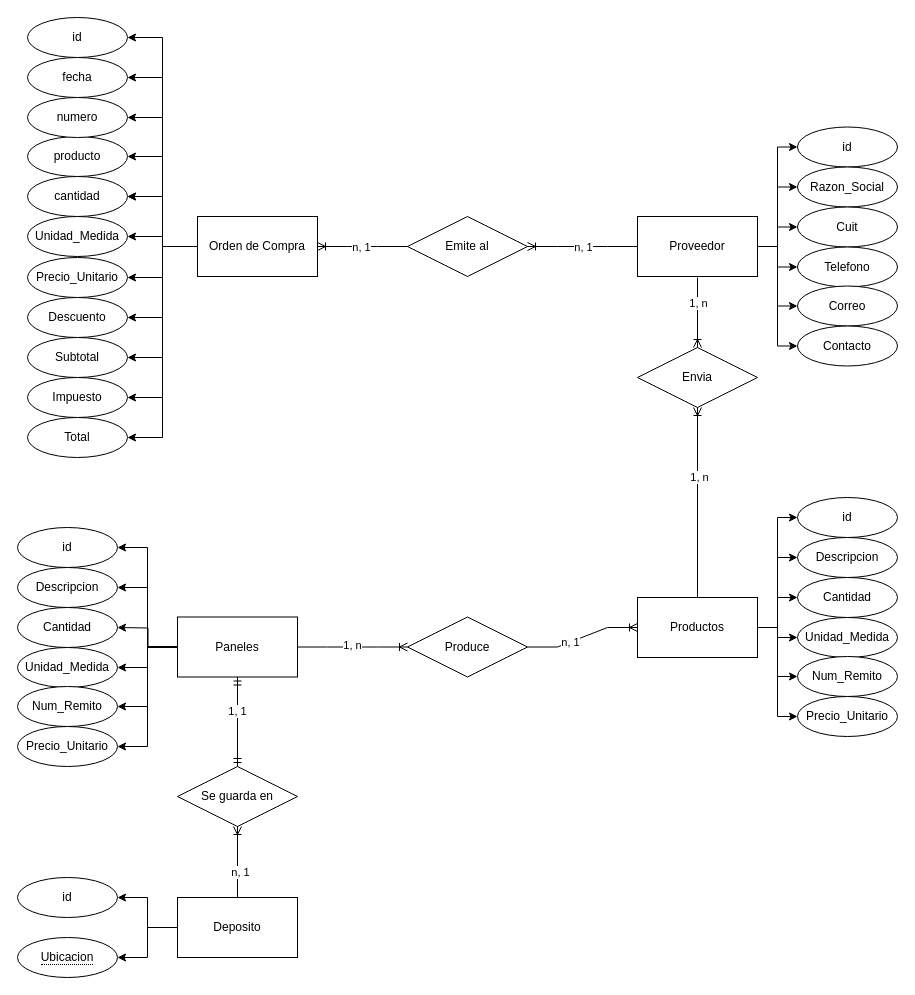
Earlier version of the draw.io diagram Diagrama sin título.drawio (Scytale20/Prueba1). Source tidied: cells renumbered, new cells numbered last; positions are measured from the earlier drawing's top-left corner, leaving out a move shared by most shapes. Both pictures are drawn from the tidied source at 100%, with x=0, y=0 at pixel (17, 17).
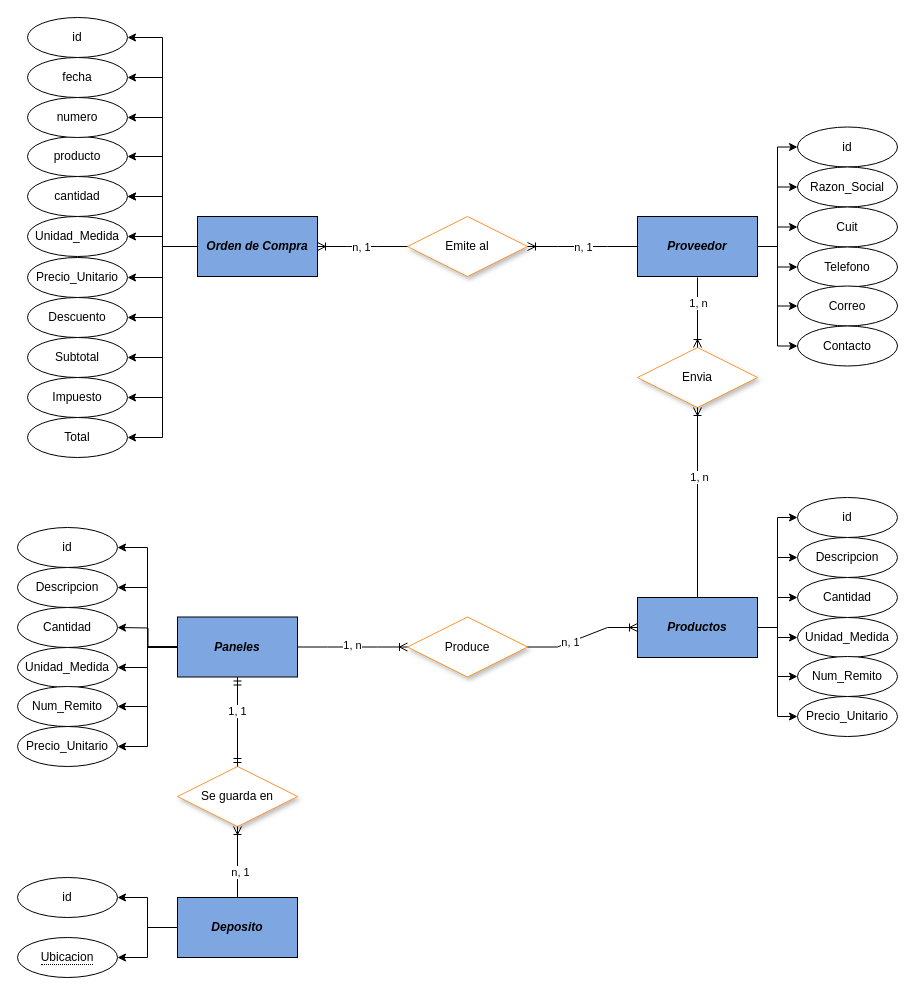
Above is the later version.

Unchanged cells that the change refers to:
```xml
<mxCell id="82" style="group;" parent="1" vertex="1">
  <mxGeometry y="860" width="280" height="100" as="geometry" />
</mxCell>
```

What changed in the source:
```diff
@@
-    <mxCell id="14" value="Orden de Compra" style="rounded=0;whiteSpace=wrap;html=1;" parent="1" vertex="1">
+    <mxCell id="14" value="&lt;b&gt;&lt;i&gt;Orden de Compra&lt;/i&gt;&lt;/b&gt;" style="rounded=0;whiteSpace=wrap;html=1;fillColor=#7EA6E0;" parent="1" vertex="1">
       <mxGeometry x="180" y="199" width="120" height="60" as="geometry" />
     </mxCell>
@@
-    <mxCell id="21" value="Proveedor" style="rounded=0;whiteSpace=wrap;html=1;" parent="1" vertex="1">
+    <mxCell id="21" value="&lt;b&gt;&lt;i&gt;Proveedor&lt;/i&gt;&lt;/b&gt;" style="rounded=0;whiteSpace=wrap;html=1;fillColor=#7EA6E0;" parent="1" vertex="1">
       <mxGeometry x="620" y="199" width="120" height="60" as="geometry" />
     </mxCell>
@@
-    <mxCell id="28" value="Productos" style="rounded=0;whiteSpace=wrap;html=1;" parent="1" vertex="1">
+    <mxCell id="28" value="&lt;b&gt;&lt;i&gt;Productos&lt;/i&gt;&lt;/b&gt;" style="rounded=0;whiteSpace=wrap;html=1;fillColor=#7EA6E0;" parent="1" vertex="1">
       <mxGeometry x="620" y="580" width="120" height="60" as="geometry" />
     </mxCell>
@@
-    <mxCell id="35" value="Paneles" style="rounded=0;whiteSpace=wrap;html=1;" parent="1" vertex="1">
+    <mxCell id="35" value="&lt;b&gt;&lt;i&gt;Paneles&lt;/i&gt;&lt;/b&gt;" style="rounded=0;whiteSpace=wrap;html=1;fillColor=#7EA6E0;" parent="1" vertex="1">
       <mxGeometry x="160" y="599.5" width="120" height="60" as="geometry" />
     </mxCell>
@@
-    <mxCell id="40" value="Emite al" style="shape=rhombus;perimeter=rhombusPerimeter;whiteSpace=wrap;html=1;align=center;" parent="1" vertex="1">
+    <mxCell id="40" value="Emite al" style="shape=rhombus;perimeter=rhombusPerimeter;whiteSpace=wrap;html=1;align=center;strokeColor=#FF9933;shadow=1;" parent="1" vertex="1">
       <mxGeometry x="390" y="199" width="120" height="60" as="geometry" />
     </mxCell>
@@
-    <mxCell id="54" value="Envia" style="shape=rhombus;perimeter=rhombusPerimeter;whiteSpace=wrap;html=1;align=center;" parent="1" vertex="1">
+    <mxCell id="54" value="Envia" style="shape=rhombus;perimeter=rhombusPerimeter;whiteSpace=wrap;html=1;align=center;strokeColor=#FF9933;shadow=1;" parent="1" vertex="1">
       <mxGeometry x="620" y="330" width="120" height="60" as="geometry" />
     </mxCell>
@@
-    <mxCell id="63" value="Produce" style="shape=rhombus;perimeter=rhombusPerimeter;whiteSpace=wrap;html=1;align=center;" parent="1" vertex="1">
+    <mxCell id="63" value="Produce" style="shape=rhombus;perimeter=rhombusPerimeter;whiteSpace=wrap;html=1;align=center;strokeColor=#FF9933;shadow=1;" parent="1" vertex="1">
       <mxGeometry x="390" y="599.5" width="120" height="60" as="geometry" />
     </mxCell>
@@
-    <mxCell id="83" value="Deposito" style="rounded=0;whiteSpace=wrap;html=1;" parent="82" vertex="1">
+    <mxCell id="83" value="&lt;b&gt;&lt;i&gt;Deposito&lt;/i&gt;&lt;/b&gt;" style="rounded=0;whiteSpace=wrap;html=1;fillColor=#7EA6E0;" parent="82" vertex="1">
       <mxGeometry x="160" y="20" width="120" height="60" as="geometry" />
     </mxCell>
@@
-    <mxCell id="88" value="Se guarda en" style="shape=rhombus;perimeter=rhombusPerimeter;whiteSpace=wrap;html=1;align=center;" parent="1" vertex="1">
+    <mxCell id="88" value="Se guarda en" style="shape=rhombus;perimeter=rhombusPerimeter;whiteSpace=wrap;html=1;align=center;strokeColor=#FF9933;shadow=1;" parent="1" vertex="1">
       <mxGeometry x="160" y="749" width="120" height="60" as="geometry" />
     </mxCell>
```
